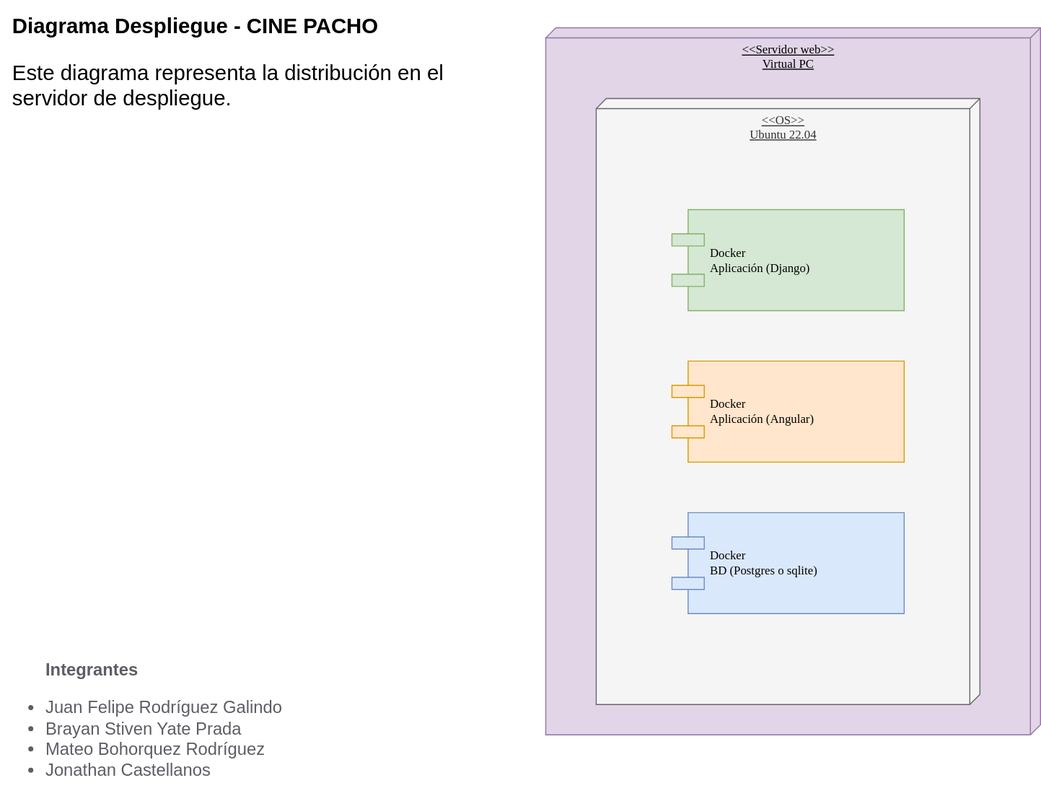
Juferoga/patrones keeps this draw.io diagram as docs/assets/images/pages/planeacion/DiagramaDespliegue.svg. Above is the earlier version. Source tidied: cells renumbered, new cells last; positions are measured from the earlier drawing's top-left corner, leaving out a move shared by most shapes.
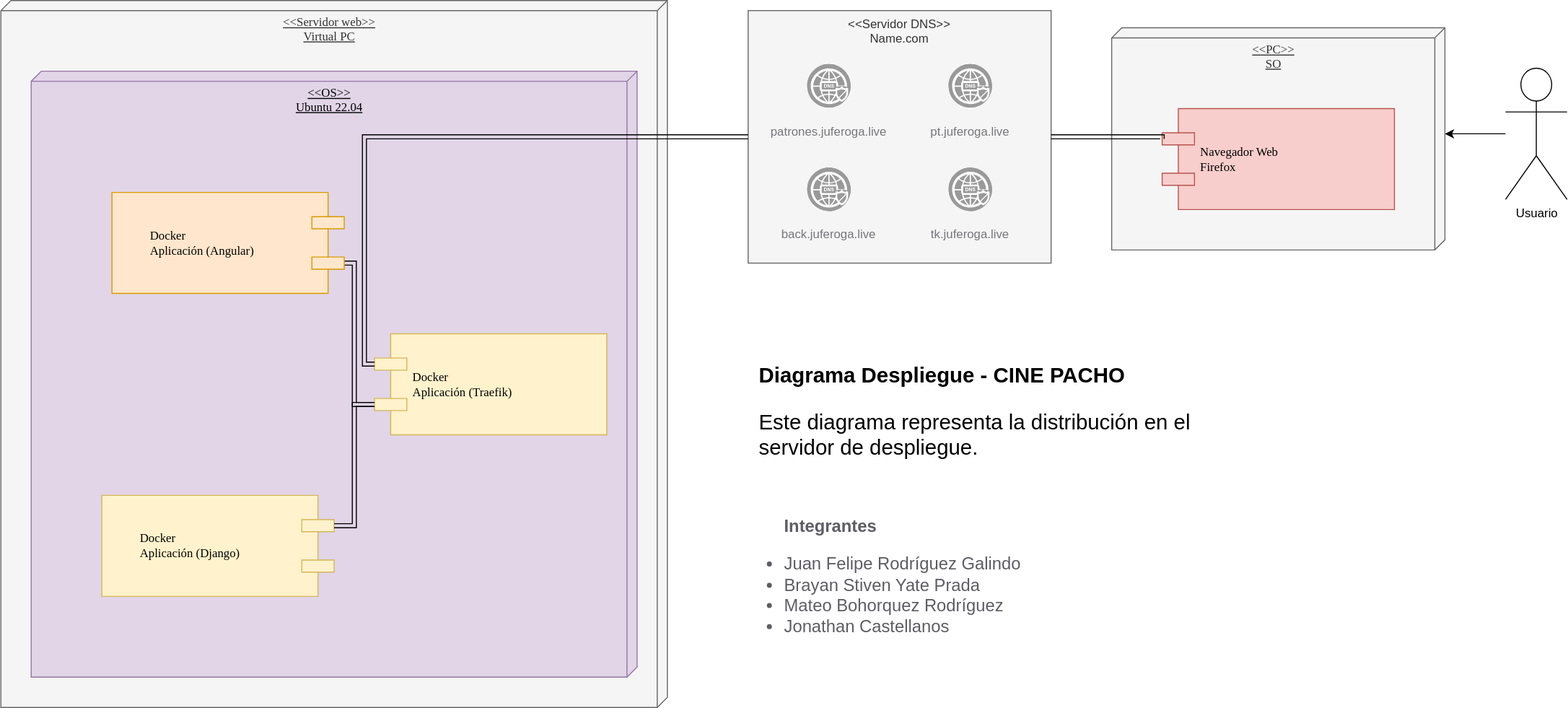
The same file after the commit.

Diff of the diagram source:
```diff
@@ -2,26 +2,108 @@
   <root>
     <mxCell id="0" />
     <mxCell id="1" parent="0" />
+    <mxCell id="7" value="&lt;h1 style=&quot;font-size: 21px;&quot;&gt;Diagrama Despliegue - CINE PACHO&lt;br style=&quot;font-size: 21px;&quot;&gt;&lt;/h1&gt;&lt;p style=&quot;font-size: 21px;&quot;&gt;Este diagrama representa la distribución en el servidor de despliegue.&lt;br style=&quot;font-size: 21px;&quot;&gt;&lt;/p&gt;" style="text;html=1;strokeColor=none;fillColor=none;spacing=5;spacingTop=-20;whiteSpace=wrap;overflow=hidden;rounded=0;fontSize=21;" parent="1" vertex="1">
+      <mxGeometry x="1086" y="383" width="443" height="180" as="geometry" />
+    </mxCell>
+    <mxCell id="8" value="&lt;blockquote style=&quot;font-size: 17px;&quot;&gt;&lt;h1 style=&quot;font-size: 17px;&quot;&gt;&lt;font style=&quot;font-size: 17px;&quot;&gt;Integrantes&lt;/font&gt;&lt;br style=&quot;font-size: 17px;&quot;&gt;&lt;/h1&gt;&lt;/blockquote&gt;&lt;ul style=&quot;font-size: 17px;&quot;&gt;&lt;li style=&quot;font-size: 17px;&quot;&gt;Juan Felipe Rodríguez Galindo&lt;/li&gt;&lt;li style=&quot;font-size: 17px;&quot;&gt;Brayan Stiven Yate Prada&lt;/li&gt;&lt;li style=&quot;font-size: 17px;&quot;&gt;Mateo Bohorquez Rodríguez&lt;/li&gt;&lt;li style=&quot;font-size: 17px;&quot;&gt;Jonathan Castellanos&lt;br style=&quot;font-size: 17px;&quot;&gt;&lt;/li&gt;&lt;/ul&gt;" style="text;html=1;strokeColor=none;fillColor=none;spacing=5;spacingTop=-20;whiteSpace=wrap;overflow=hidden;rounded=0;fontSize=17;fontColor=#5e5c64;" parent="1" vertex="1">
+      <mxGeometry x="1071" y="533" width="350" height="140" as="geometry" />
+    </mxCell>
+    <mxCell id="9" value="&lt;div&gt;&amp;lt;&amp;lt;Servidor DNS&amp;gt;&amp;gt;&lt;/div&gt;&lt;div&gt;Name.com&lt;/div&gt;" style="rounded=0;whiteSpace=wrap;html=1;verticalAlign=top;fillColor=#f5f5f5;fontColor=#333333;strokeColor=#666666;" parent="1" vertex="1">
+      <mxGeometry x="1080" y="38" width="300" height="250" as="geometry" />
+    </mxCell>
-    <mxCell id="2" value="&lt;div&gt;&amp;lt;&amp;lt;Servidor web&amp;gt;&amp;gt;&lt;/div&gt;&lt;div&gt;Virtual PC&lt;br&gt;&lt;/div&gt;" style="verticalAlign=top;align=center;spacingTop=8;spacingLeft=2;spacingRight=12;shape=cube;size=10;direction=south;fontStyle=4;html=1;rounded=0;shadow=0;comic=0;labelBackgroundColor=none;strokeWidth=1;fontFamily=Verdana;fontSize=12;fillColor=#e1d5e7;strokeColor=#9673a6;" parent="1" vertex="1">
-      <mxGeometry x="540" y="18" width="490" height="700" as="geometry" />
+    <mxCell id="2" value="&lt;div&gt;&amp;lt;&amp;lt;Servidor web&amp;gt;&amp;gt;&lt;/div&gt;&lt;div&gt;Virtual PC&lt;br&gt;&lt;/div&gt;" style="verticalAlign=top;align=center;spacingTop=8;spacingLeft=2;spacingRight=12;shape=cube;size=10;direction=south;fontStyle=4;html=1;rounded=0;shadow=0;comic=0;labelBackgroundColor=none;strokeWidth=1;fontFamily=Verdana;fontSize=12;fillColor=#f5f5f5;fontColor=#333333;strokeColor=#666666;" parent="1" vertex="1">
+      <mxGeometry x="340" y="28" width="660" height="700" as="geometry" />
     </mxCell>
-    <mxCell id="3" value="&lt;div&gt;&amp;lt;&amp;lt;OS&amp;gt;&amp;gt;&lt;/div&gt;&lt;div&gt;Ubuntu 22.04&lt;br&gt;&lt;/div&gt;" style="verticalAlign=top;align=center;spacingTop=8;spacingLeft=2;spacingRight=12;shape=cube;size=10;direction=south;fontStyle=4;html=1;rounded=0;shadow=0;comic=0;labelBackgroundColor=none;strokeWidth=1;fontFamily=Verdana;fontSize=12;fillColor=#f5f5f5;strokeColor=#666666;fontColor=#333333;" parent="1" vertex="1">
-      <mxGeometry x="590" y="88" width="380" height="600" as="geometry" />
+    <mxCell id="3" value="&lt;div&gt;&amp;lt;&amp;lt;OS&amp;gt;&amp;gt;&lt;/div&gt;&lt;div&gt;Ubuntu 22.04&lt;br&gt;&lt;/div&gt;" style="verticalAlign=top;align=center;spacingTop=8;spacingLeft=2;spacingRight=12;shape=cube;size=10;direction=south;fontStyle=4;html=1;rounded=0;shadow=0;comic=0;labelBackgroundColor=none;strokeWidth=1;fontFamily=Verdana;fontSize=12;fillColor=#e1d5e7;strokeColor=#9673a6;" parent="1" vertex="1">
+      <mxGeometry x="370" y="98" width="600" height="600" as="geometry" />
     </mxCell>
-    <mxCell id="4" value="&lt;div&gt;Docker &lt;br&gt;&lt;/div&gt;&lt;div&gt;Aplicación (Django)&lt;br&gt;&lt;/div&gt;" style="shape=component;align=left;spacingLeft=36;rounded=0;shadow=0;comic=0;labelBackgroundColor=none;strokeWidth=1;fontFamily=Verdana;fontSize=12;html=1;fillColor=#d5e8d4;strokeColor=#82b366;" parent="1" vertex="1">
-      <mxGeometry x="665" y="198" width="230" height="100" as="geometry" />
+    <mxCell id="4" value="&lt;div&gt;Docker &lt;br&gt;&lt;/div&gt;&lt;div&gt;Aplicación (Django)&lt;br&gt;&lt;/div&gt;" style="shape=component;align=left;spacingLeft=36;rounded=0;shadow=0;comic=0;labelBackgroundColor=none;strokeWidth=1;fontFamily=Verdana;fontSize=12;html=1;fillColor=#fff2cc;strokeColor=#d6b656;direction=west;" parent="1" vertex="1">
+      <mxGeometry x="440" y="518" width="230" height="100" as="geometry" />
     </mxCell>
+    <mxCell id="10" style="edgeStyle=orthogonalEdgeStyle;rounded=0;jettySize=auto;html=1;exitX=0;exitY=0.3;exitDx=0;exitDy=0;shape=link;entryX=0;entryY=0.7;entryDx=0;entryDy=0;" parent="1" edge="1" source="5" target="15">
+      <mxGeometry relative="1" as="geometry">
+        <Array as="points">
+          <mxPoint x="690" y="288" />
+          <mxPoint x="690" y="428" />
+        </Array>
+      </mxGeometry>
+    </mxCell>
-    <mxCell id="5" value="&lt;div&gt;Docker &lt;br&gt;&lt;/div&gt;&lt;div&gt;Aplicación (Angular)&lt;br&gt;&lt;/div&gt;" style="shape=component;align=left;spacingLeft=36;rounded=0;shadow=0;comic=0;labelBackgroundColor=none;strokeWidth=1;fontFamily=Verdana;fontSize=12;html=1;fillColor=#ffe6cc;strokeColor=#d79b00;" parent="1" vertex="1">
-      <mxGeometry x="665" y="348" width="230" height="100" as="geometry" />
+    <mxCell id="5" value="&lt;div&gt;Docker &lt;br&gt;&lt;/div&gt;&lt;div&gt;Aplicación (Angular)&lt;br&gt;&lt;/div&gt;" style="shape=component;align=left;spacingLeft=36;rounded=0;shadow=0;comic=0;labelBackgroundColor=none;strokeWidth=1;fontFamily=Verdana;fontSize=12;html=1;fillColor=#ffe6cc;strokeColor=#d79b00;direction=west;" parent="1" vertex="1">
+      <mxGeometry x="450" y="218" width="230" height="100" as="geometry" />
     </mxCell>
-    <mxCell id="6" value="&lt;div&gt;Docker &lt;br&gt;&lt;/div&gt;&lt;div&gt;BD (Postgres o sqlite)&lt;br&gt;&lt;/div&gt;" style="shape=component;align=left;spacingLeft=36;rounded=0;shadow=0;comic=0;labelBackgroundColor=none;strokeWidth=1;fontFamily=Verdana;fontSize=12;html=1;fillColor=#dae8fc;strokeColor=#6c8ebf;" parent="1" vertex="1">
-      <mxGeometry x="665" y="498" width="230" height="100" as="geometry" />
-    </mxCell>
-    <mxCell id="7" value="&lt;h1 style=&quot;font-size: 21px;&quot;&gt;Diagrama Despliegue - CINE PACHO&lt;br style=&quot;font-size: 21px;&quot;&gt;&lt;/h1&gt;&lt;p style=&quot;font-size: 21px;&quot;&gt;Este diagrama representa la distribución en el servidor de despliegue.&lt;br style=&quot;font-size: 21px;&quot;&gt;&lt;/p&gt;" style="text;html=1;strokeColor=none;fillColor=none;spacing=5;spacingTop=-20;whiteSpace=wrap;overflow=hidden;rounded=0;fontSize=21;" parent="1" vertex="1">
-      <mxGeometry x="7" y="0.2" width="443" height="180" as="geometry" />
-    </mxCell>
-    <mxCell id="8" value="&lt;blockquote style=&quot;font-size: 17px;&quot;&gt;&lt;h1 style=&quot;font-size: 17px;&quot;&gt;&lt;font style=&quot;font-size: 17px;&quot;&gt;Integrantes&lt;/font&gt;&lt;br style=&quot;font-size: 17px;&quot;&gt;&lt;/h1&gt;&lt;/blockquote&gt;&lt;ul style=&quot;font-size: 17px;&quot;&gt;&lt;li style=&quot;font-size: 17px;&quot;&gt;Juan Felipe Rodríguez Galindo&lt;/li&gt;&lt;li style=&quot;font-size: 17px;&quot;&gt;Brayan Stiven Yate Prada&lt;/li&gt;&lt;li style=&quot;font-size: 17px;&quot;&gt;Mateo Bohorquez Rodríguez&lt;/li&gt;&lt;li style=&quot;font-size: 17px;&quot;&gt;Jonathan Castellanos&lt;br style=&quot;font-size: 17px;&quot;&gt;&lt;/li&gt;&lt;/ul&gt;" style="text;html=1;strokeColor=none;fillColor=none;spacing=5;spacingTop=-20;whiteSpace=wrap;overflow=hidden;rounded=0;fontSize=17;fontColor=#5e5c64;" parent="1" vertex="1">
-      <mxGeometry y="638" width="350" height="140" as="geometry" />
-    </mxCell>
+    <mxCell id="11" style="edgeStyle=orthogonalEdgeStyle;rounded=0;jettySize=auto;html=1;entryX=0;entryY=0;entryDx=105;entryDy=0;entryPerimeter=0;" parent="1" edge="1" source="12" target="13">
+      <mxGeometry relative="1" as="geometry" />
+    </mxCell>
+    <mxCell id="12" value="Usuario" style="shape=umlActor;verticalLabelPosition=bottom;verticalAlign=top;html=1;outlineConnect=0;" parent="1" vertex="1">
+      <mxGeometry x="1830" y="95" width="61" height="130" as="geometry" />
+    </mxCell>
+    <mxCell id="13" value="&lt;div&gt;&amp;lt;&amp;lt;PC&amp;gt;&amp;gt;&lt;/div&gt;&lt;div&gt;SO&lt;br&gt;&lt;/div&gt;" style="verticalAlign=top;align=center;spacingTop=8;spacingLeft=2;spacingRight=12;shape=cube;size=10;direction=south;fontStyle=4;html=1;rounded=0;shadow=0;comic=0;labelBackgroundColor=none;strokeWidth=1;fontFamily=Verdana;fontSize=12;fillColor=#f5f5f5;fontColor=#333333;strokeColor=#666666;" parent="1" vertex="1">
+      <mxGeometry x="1440" y="55" width="330" height="220" as="geometry" />
+    </mxCell>
+    <mxCell id="14" value="Navegador Web&lt;br&gt;&lt;div&gt;Firefox&lt;/div&gt;" style="shape=component;align=left;spacingLeft=36;rounded=0;shadow=0;comic=0;labelBackgroundColor=none;strokeWidth=1;fontFamily=Verdana;fontSize=12;html=1;fillColor=#f8cecc;strokeColor=#b85450;" parent="1" vertex="1">
+      <mxGeometry x="1490" y="135" width="230" height="100" as="geometry" />
+    </mxCell>
+    <mxCell id="15" value="&lt;div&gt;Docker &lt;br&gt;&lt;/div&gt;&lt;div&gt;Aplicación (Traefik)&lt;br&gt;&lt;/div&gt;" style="shape=component;align=left;spacingLeft=36;rounded=0;shadow=0;comic=0;labelBackgroundColor=none;strokeWidth=1;fontFamily=Verdana;fontSize=12;html=1;fillColor=#fff2cc;strokeColor=#d6b656;" parent="1" vertex="1">
+      <mxGeometry x="710" y="358" width="230" height="100" as="geometry" />
+    </mxCell>
+    <mxCell id="16" style="edgeStyle=orthogonalEdgeStyle;rounded=0;jettySize=auto;html=1;shape=link;entryX=0;entryY=0.7;entryDx=0;entryDy=0;exitX=0;exitY=0.7;exitDx=0;exitDy=0;" parent="1" edge="1" source="4" target="15">
+      <mxGeometry relative="1" as="geometry">
+        <Array as="points">
+          <mxPoint x="690" y="548" />
+          <mxPoint x="690" y="428" />
+        </Array>
+      </mxGeometry>
+    </mxCell>
+    <mxCell id="17" style="group;" parent="1" vertex="1">
+      <mxGeometry x="1090" y="91" width="140" height="77.5" as="geometry" />
+    </mxCell>
+    <mxCell id="18" style="fillColor=#999999;verticalLabelPosition=bottom;sketch=0;html=1;strokeColor=#ffffff;verticalAlign=top;align=center;shape=mxgraph.cisco_safe.compositeIcon;bgIcon=ellipse;resIcon=mxgraph.cisco_safe.capability.dns_security;" parent="17" vertex="1">
+      <mxGeometry x="48.5" width="43" height="43" as="geometry" />
+    </mxCell>
+    <mxCell id="19" value="&lt;font color=&quot;#77767b&quot;&gt;patrones.juferoga.live&lt;/font&gt;" style="text;whiteSpace=wrap;html=1;align=center;" parent="17" vertex="1">
+      <mxGeometry y="52.5" width="140" height="25" as="geometry" />
+    </mxCell>
+    <mxCell id="20" style="group;" parent="1" vertex="1">
+      <mxGeometry x="1090" y="193.5" width="140" height="77.5" as="geometry" />
+    </mxCell>
+    <mxCell id="21" style="fillColor=#999999;verticalLabelPosition=bottom;sketch=0;html=1;strokeColor=#ffffff;verticalAlign=top;align=center;shape=mxgraph.cisco_safe.compositeIcon;bgIcon=ellipse;resIcon=mxgraph.cisco_safe.capability.dns_security;" parent="20" vertex="1">
+      <mxGeometry x="48.5" width="43" height="43" as="geometry" />
+    </mxCell>
+    <mxCell id="22" value="&lt;font color=&quot;#77767b&quot;&gt;back.juferoga.live&lt;/font&gt;" style="text;whiteSpace=wrap;html=1;align=center;" parent="20" vertex="1">
+      <mxGeometry y="52.5" width="140" height="25" as="geometry" />
+    </mxCell>
+    <mxCell id="23" style="group;" parent="1" vertex="1">
+      <mxGeometry x="1230" y="193.5" width="140" height="77.5" as="geometry" />
+    </mxCell>
+    <mxCell id="24" style="fillColor=#999999;verticalLabelPosition=bottom;sketch=0;html=1;strokeColor=#ffffff;verticalAlign=top;align=center;shape=mxgraph.cisco_safe.compositeIcon;bgIcon=ellipse;resIcon=mxgraph.cisco_safe.capability.dns_security;" parent="23" vertex="1">
+      <mxGeometry x="48.5" width="43" height="43" as="geometry" />
+    </mxCell>
+    <mxCell id="25" value="&lt;font color=&quot;#77767b&quot;&gt;tk.juferoga.live&lt;/font&gt;" style="text;whiteSpace=wrap;html=1;align=center;" parent="23" vertex="1">
+      <mxGeometry y="52.5" width="140" height="25" as="geometry" />
+    </mxCell>
+    <mxCell id="26" style="group;" parent="1" vertex="1">
+      <mxGeometry x="1230" y="91" width="140" height="77.5" as="geometry" />
+    </mxCell>
+    <mxCell id="27" style="fillColor=#999999;verticalLabelPosition=bottom;sketch=0;html=1;strokeColor=#ffffff;verticalAlign=top;align=center;shape=mxgraph.cisco_safe.compositeIcon;bgIcon=ellipse;resIcon=mxgraph.cisco_safe.capability.dns_security;" parent="26" vertex="1">
+      <mxGeometry x="48.5" width="43" height="43" as="geometry" />
+    </mxCell>
+    <mxCell id="28" value="&lt;font color=&quot;#77767b&quot;&gt;pt.juferoga.live&lt;/font&gt;" style="text;whiteSpace=wrap;html=1;align=center;" parent="26" vertex="1">
+      <mxGeometry y="52.5" width="140" height="25" as="geometry" />
+    </mxCell>
+    <mxCell id="29" style="edgeStyle=orthogonalEdgeStyle;rounded=0;jettySize=auto;html=1;exitX=0;exitY=0.5;exitDx=0;exitDy=0;shape=link;entryX=0;entryY=0.3;entryDx=0;entryDy=0;" parent="1" edge="1" source="9" target="15">
+      <mxGeometry relative="1" as="geometry">
+        <Array as="points">
+          <mxPoint x="700" y="163" />
+          <mxPoint x="700" y="388" />
+        </Array>
+      </mxGeometry>
+    </mxCell>
+    <mxCell id="30" style="edgeStyle=orthogonalEdgeStyle;rounded=0;jettySize=auto;html=1;exitX=0;exitY=0.3;exitDx=0;exitDy=0;shape=link;entryX=1;entryY=0.5;entryDx=0;entryDy=0;" parent="1" edge="1" source="14" target="9">
+      <mxGeometry relative="1" as="geometry">
+        <Array as="points">
+          <mxPoint x="1490" y="163" />
+        </Array>
+      </mxGeometry>
+    </mxCell>
   </root>
 </mxGraphModel>
```
